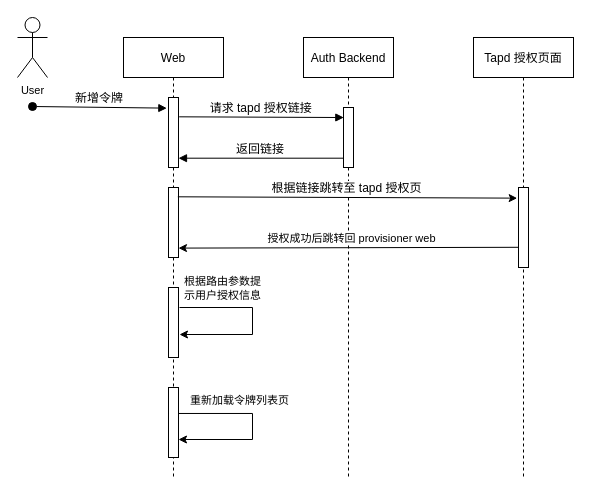
Above: Untitled Diagram.drawio in delaprada/draw.io (draw.io), before the change. Source tidied: cells renumbered, new cells numbered last; positions are measured from the earlier drawing's top-left corner, leaving out a move shared by most shapes. Both pictures are drawn from the tidied source at 100%, with x=0, y=0 at pixel (17, 17).
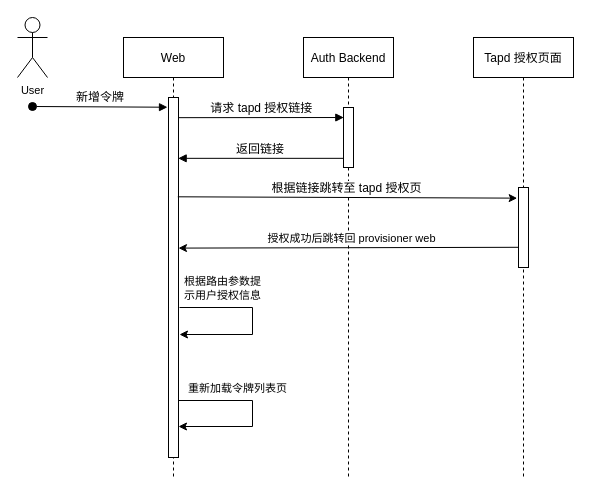
Above is the later version.

The change refers to these unchanged cells:
```xml
<mxCell id="2" value="Web" style="shape=umlLifeline;perimeter=lifelinePerimeter;rounded=0;shadow=0;strokeWidth=1;" parent="1" vertex="1">
  <mxGeometry x="106" y="20" width="100" height="440" as="geometry" />
</mxCell>
<mxCell id="13" style="points=[];perimeter=orthogonalPerimeter;rounded=0;shadow=0;strokeWidth=1;" parent="12" vertex="1">
  <mxGeometry x="40" y="70" width="10" height="60" as="geometry" />
</mxCell>
<mxCell id="17" style="points=[];perimeter=orthogonalPerimeter;rounded=0;shadow=0;strokeWidth=1;" parent="16" vertex="1">
  <mxGeometry x="45" y="150" width="10" height="80" as="geometry" />
</mxCell>
```

What changed in the source:
```diff
@@
-    <mxCell id="3" style="perimeter=orthogonalPerimeter;rounded=0;shadow=0;strokeWidth=1;" parent="2" vertex="1">
-      <mxGeometry x="45" y="250" width="10" height="70" as="geometry" />
-    </mxCell>
-    <mxCell id="4" value="新增令牌" style="verticalAlign=bottom;startArrow=oval;endArrow=block;startSize=8;shadow=0;strokeWidth=1;fontSize=12;entryX=-0.167;entryY=0.152;entryDx=0;entryDy=0;entryPerimeter=0;" parent="2" edge="1" target="5">
+    <mxCell id="4" value="新增令牌" style="verticalAlign=bottom;startArrow=oval;endArrow=block;startSize=8;shadow=0;strokeWidth=1;fontSize=12;entryX=-0.1;entryY=0.027;entryDx=0;entryDy=0;entryPerimeter=0;" parent="2" edge="1" target="5">
       <mxGeometry relative="1" as="geometry">
         <mxPoint x="-91" y="69" as="sourcePoint" />
       </mxGeometry>
     </mxCell>
     <mxCell id="5" style="points=[];perimeter=orthogonalPerimeter;rounded=0;shadow=0;strokeWidth=1;" parent="2" vertex="1">
-      <mxGeometry x="45" y="60" width="10" height="70" as="geometry" />
+      <mxGeometry x="45" y="60" width="10" height="360" as="geometry" />
     </mxCell>
-    <mxCell id="6" style="points=[];perimeter=orthogonalPerimeter;rounded=0;shadow=0;strokeWidth=1;" parent="2" vertex="1">
-      <mxGeometry x="45" y="150" width="10" height="70" as="geometry" />
-    </mxCell>
@@
-    <mxCell id="9" style="points=[];perimeter=orthogonalPerimeter;rounded=0;shadow=0;strokeWidth=1;" parent="2" vertex="1">
-      <mxGeometry x="45" y="350" width="10" height="70" as="geometry" />
-    </mxCell>
-    <mxCell id="10" style="edgeStyle=elbowEdgeStyle;elbow=horizontal;endArrow=classic;html=1;rounded=0;exitX=1.033;exitY=0.371;exitDx=0;exitDy=0;exitPerimeter=0;" parent="2" edge="1" source="9">
+    <mxCell id="10" style="edgeStyle=elbowEdgeStyle;elbow=horizontal;endArrow=classic;html=1;rounded=0;exitX=1.033;exitY=0.371;exitDx=0;exitDy=0;exitPerimeter=0;" parent="2" edge="1">
       <mxGeometry relative="1" as="geometry">
-        <mxPoint x="55" y="402" as="targetPoint" />
+        <mxPoint x="55.3" y="363" as="sourcePoint" />
+        <mxPoint x="55" y="389" as="targetPoint" />
         <Array as="points">
-          <mxPoint x="129" y="385" />
-          <mxPoint x="38" y="310" />
+          <mxPoint x="129" y="372" />
+          <mxPoint x="38" y="297" />
         </Array>
       </mxGeometry>
     </mxCell>
     <mxCell id="11" value="重新加载令牌列表页" style="edgeLabel;html=1;align=center;verticalAlign=middle;" parent="10" vertex="1">
       <mxGeometry x="-0.36" y="3" relative="1" as="geometry">
-        <mxPoint x="4" y="-10" as="offset" />
+        <mxPoint x="2" y="-10" as="offset" />
       </mxGeometry>
     </mxCell>
@@
-    <mxCell id="14" value="请求 tapd 授权链接" style="verticalAlign=bottom;endArrow=block;entryX=0.033;entryY=0.167;shadow=0;strokeWidth=1;exitX=1.067;exitY=0.276;exitDx=0;exitDy=0;exitPerimeter=0;entryDx=0;entryDy=0;entryPerimeter=0;fontSize=12;" parent="1" edge="1" source="5" target="13">
+    <mxCell id="14" value="请求 tapd 授权链接" style="verticalAlign=bottom;endArrow=block;entryX=0.033;entryY=0.167;shadow=0;strokeWidth=1;entryDx=0;entryDy=0;entryPerimeter=0;fontSize=12;exitX=1.033;exitY=0.056;exitDx=0;exitDy=0;exitPerimeter=0;" parent="1" edge="1" source="5" target="13">
       <mxGeometry relative="1" as="geometry" />
     </mxCell>
-    <mxCell id="15" value="返回链接" style="verticalAlign=bottom;endArrow=block;entryX=1;entryY=0.867;shadow=0;strokeWidth=1;entryDx=0;entryDy=0;entryPerimeter=0;fontSize=12;" parent="1" edge="1" source="13" target="5">
+    <mxCell id="15" value="返回链接" style="verticalAlign=bottom;endArrow=block;shadow=0;strokeWidth=1;fontSize=12;entryX=0.967;entryY=0.169;entryDx=0;entryDy=0;entryPerimeter=0;" parent="1" edge="1" source="13" target="5">
       <mxGeometry relative="1" as="geometry" />
     </mxCell>
@@
-    <mxCell id="20" style="endArrow=classic;html=1;rounded=0;exitX=0.933;exitY=0.133;exitDx=0;exitDy=0;exitPerimeter=0;entryX=-0.133;entryY=0.133;entryDx=0;entryDy=0;entryPerimeter=0;" parent="1" edge="1" source="6" target="17">
-      <mxGeometry relative="1" as="geometry" />
+    <mxCell id="20" style="endArrow=classic;html=1;rounded=0;exitX=0.933;exitY=0.133;exitDx=0;exitDy=0;exitPerimeter=0;entryX=-0.133;entryY=0.133;entryDx=0;entryDy=0;entryPerimeter=0;" parent="1" edge="1" target="17">
+      <mxGeometry relative="1" as="geometry">
+        <mxPoint x="160.3" y="179.3" as="sourcePoint" />
+      </mxGeometry>
     </mxCell>
```
